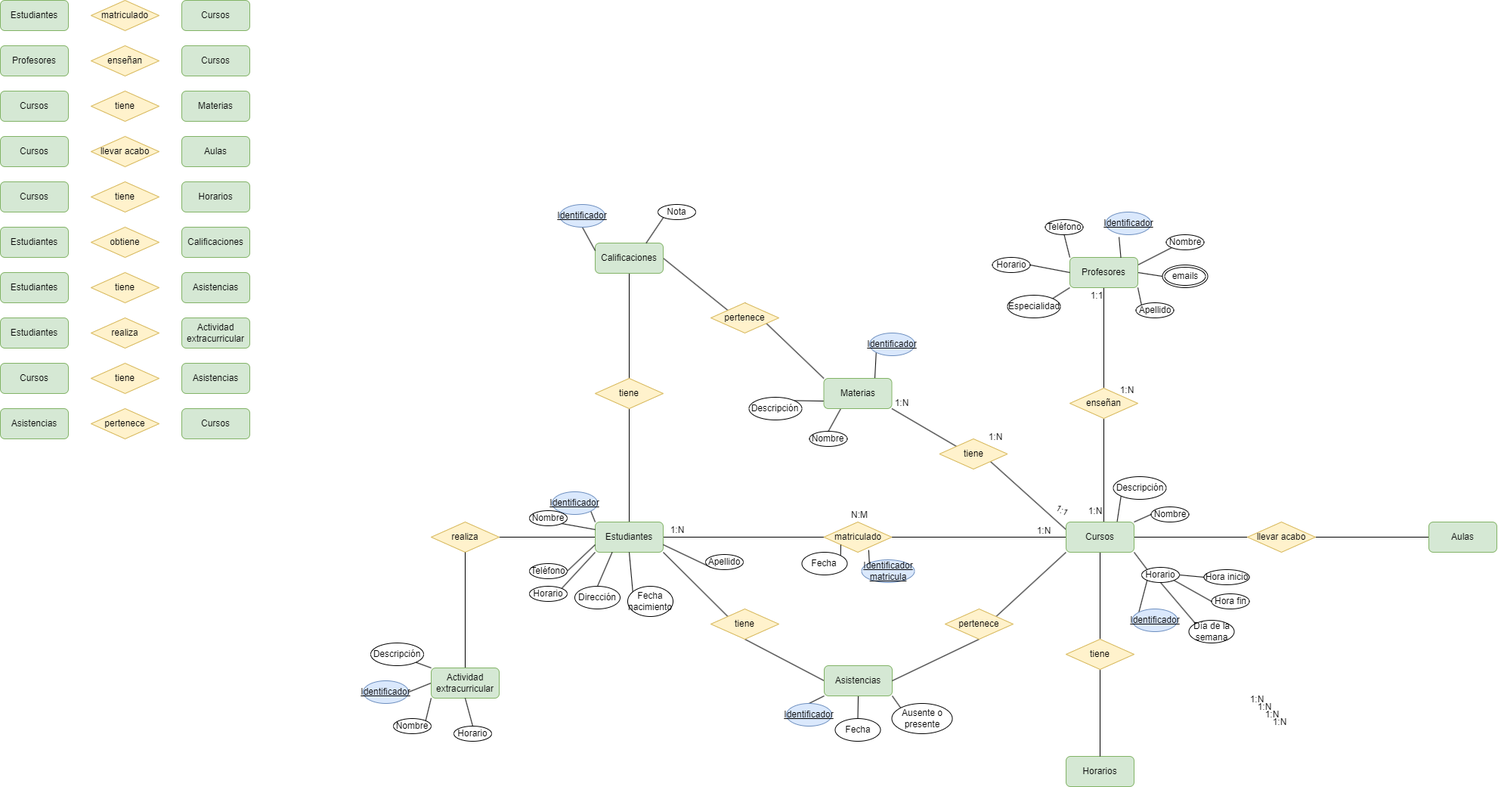
Before: Unidad-1/Tareas/Tareas-evaluables/Tarea-evaluable-1/Ejercicio-evaluable-1.drawio.png, a diagram exported from draw.io (LuisMGlez/base-datos). Source tidied: cells renumbered, new cells last; positions are measured from the earlier drawing's top-left corner, leaving out a move shared by most shapes.
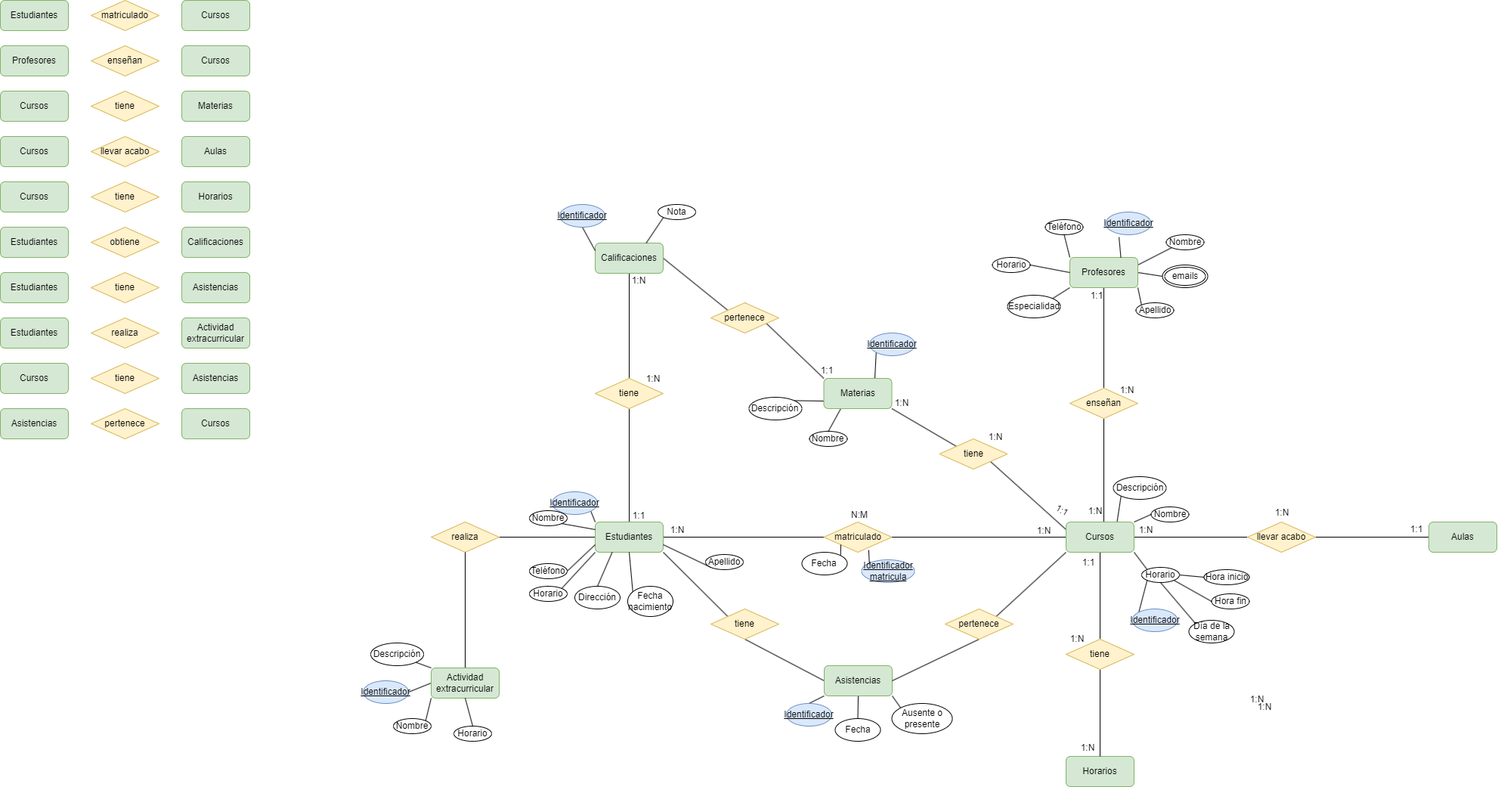
After the commit.

Change to the diagram source:
```diff
@@ -425,7 +425,7 @@
       <mxGeometry x="1632.5" y="910" width="60" height="30" as="geometry" />
     </mxCell>
     <mxCell id="142" value="1:N" style="text;strokeColor=none;align=center;fillColor=none;html=1;verticalAlign=middle;whiteSpace=wrap;rounded=0;" parent="1" vertex="1">
-      <mxGeometry x="1642.5" y="920" width="60" height="30" as="geometry" />
+      <mxGeometry x="1666" y="663" width="60" height="30" as="geometry" />
     </mxCell>
     <mxCell id="143" value="1:N" style="text;strokeColor=none;align=center;fillColor=none;html=1;verticalAlign=middle;whiteSpace=wrap;rounded=0;" parent="1" vertex="1">
       <mxGeometry x="1461" y="501" width="60" height="30" as="geometry" />
@@ -446,10 +446,10 @@
       <mxGeometry x="1351" y="687" width="60" height="30" as="geometry" />
     </mxCell>
     <mxCell id="149" value="1:N" style="text;strokeColor=none;align=center;fillColor=none;html=1;verticalAlign=middle;whiteSpace=wrap;rounded=0;" parent="1" vertex="1">
-      <mxGeometry x="1652.5" y="930" width="60" height="30" as="geometry" />
+      <mxGeometry x="1486" y="686" width="60" height="30" as="geometry" />
     </mxCell>
-    <mxCell id="150" value="1:N" style="text;strokeColor=none;align=center;fillColor=none;html=1;verticalAlign=middle;whiteSpace=wrap;rounded=0;" parent="1" vertex="1">
-      <mxGeometry x="1662.5" y="940" width="60" height="30" as="geometry" />
+    <mxCell id="150" value="1:1" style="text;strokeColor=none;align=center;fillColor=none;html=1;verticalAlign=middle;whiteSpace=wrap;rounded=0;" parent="1" vertex="1">
+      <mxGeometry x="1844" y="685" width="60" height="30" as="geometry" />
     </mxCell>
     <mxCell id="151" value="1:N" style="text;strokeColor=none;align=center;fillColor=none;html=1;verticalAlign=middle;whiteSpace=wrap;rounded=0;" parent="1" vertex="1">
       <mxGeometry x="1287" y="563" width="60" height="30" as="geometry" />
@@ -460,5 +460,29 @@
     <mxCell id="153" value="1:N" style="text;strokeColor=none;align=center;fillColor=none;html=1;verticalAlign=middle;whiteSpace=wrap;rounded=0;" parent="1" vertex="1">
       <mxGeometry x="1163" y="518" width="60" height="30" as="geometry" />
     </mxCell>
+    <mxCell id="154" value="1:N" style="text;strokeColor=none;align=center;fillColor=none;html=1;verticalAlign=middle;whiteSpace=wrap;rounded=0;" parent="1" vertex="1">
+      <mxGeometry x="1642.5" y="920" width="60" height="30" as="geometry" />
+    </mxCell>
+    <mxCell id="155" value="1:N" style="text;strokeColor=none;align=center;fillColor=none;html=1;verticalAlign=middle;whiteSpace=wrap;rounded=0;" parent="1" vertex="1">
+      <mxGeometry x="1395" y="830" width="60" height="30" as="geometry" />
+    </mxCell>
+    <mxCell id="156" value="1:1" style="text;strokeColor=none;align=center;fillColor=none;html=1;verticalAlign=middle;whiteSpace=wrap;rounded=0;" parent="1" vertex="1">
+      <mxGeometry x="1410" y="729" width="60" height="30" as="geometry" />
+    </mxCell>
+    <mxCell id="157" value="1:N" style="text;strokeColor=none;align=center;fillColor=none;html=1;verticalAlign=middle;whiteSpace=wrap;rounded=0;" parent="1" vertex="1">
+      <mxGeometry x="1409" y="974" width="60" height="30" as="geometry" />
+    </mxCell>
+    <mxCell id="158" value="1:N" style="text;strokeColor=none;align=center;fillColor=none;html=1;verticalAlign=middle;whiteSpace=wrap;rounded=0;" parent="1" vertex="1">
+      <mxGeometry x="834" y="486" width="60" height="30" as="geometry" />
+    </mxCell>
+    <mxCell id="159" value="1:1" style="text;strokeColor=none;align=center;fillColor=none;html=1;verticalAlign=middle;whiteSpace=wrap;rounded=0;" parent="1" vertex="1">
+      <mxGeometry x="1064" y="475" width="60" height="30" as="geometry" />
+    </mxCell>
+    <mxCell id="160" value="1:1" style="text;strokeColor=none;align=center;fillColor=none;html=1;verticalAlign=middle;whiteSpace=wrap;rounded=0;" parent="1" vertex="1">
+      <mxGeometry x="815" y="667" width="60" height="30" as="geometry" />
+    </mxCell>
+    <mxCell id="161" value="1:N" style="text;strokeColor=none;align=center;fillColor=none;html=1;verticalAlign=middle;whiteSpace=wrap;rounded=0;" parent="1" vertex="1">
+      <mxGeometry x="815" y="356" width="60" height="30" as="geometry" />
+    </mxCell>
   </root>
 </mxGraphModel>
```
